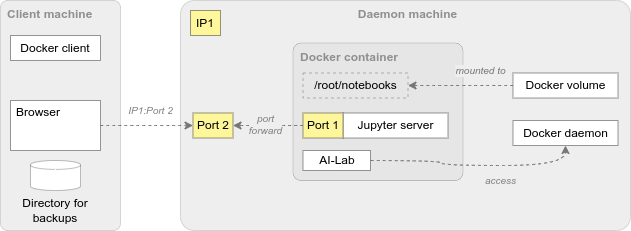
Above: doc/user_guide/docker/docker.png in exasol/ai-lab (draw.io), before the change. Source tidied: cells renumbered, new cells last; positions are measured from the earlier drawing's top-left corner, leaving out a move shared by most shapes.
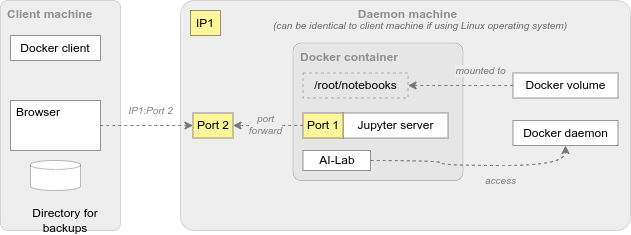
After the commit.

The edit, as a diff of the source:
```diff
@@ -58,11 +58,14 @@
     <mxCell id="19" style="shape=cylinder3;whiteSpace=wrap;html=1;boundedLbl=1;backgroundOutline=1;size=4.455402242726279;strokeWidth=0.25;strokeColor=default;align=left;verticalAlign=top;rounded=0;spacing=0;spacingTop=0;spacingLeft=6;" parent="1" vertex="1">
       <mxGeometry x="30" y="160" width="50" height="30" as="geometry" />
     </mxCell>
-    <mxCell id="20" value="Directory for &lt;br&gt;backups" style="text;html=1;strokeColor=none;fillColor=none;align=center;verticalAlign=middle;whiteSpace=wrap;rounded=0;" parent="1" vertex="1">
-      <mxGeometry x="14" y="200" width="82" height="20" as="geometry" />
+    <mxCell id="20" value="&lt;i&gt;&lt;font style=&quot;font-size: 10px;&quot;&gt;(can be identical to client machine if using Linux operating system)&lt;/font&gt;&lt;/i&gt;" style="text;html=1;strokeColor=none;fillColor=none;align=center;verticalAlign=middle;whiteSpace=wrap;rounded=0;fontColor=#696969;" parent="1" vertex="1">
+      <mxGeometry x="260" y="15" width="320" height="20" as="geometry" />
     </mxCell>
     <mxCell id="21" value="AI-Lab" style="rounded=0;whiteSpace=wrap;html=1;strokeWidth=0.25;" parent="1" vertex="1">
       <mxGeometry x="302.5" y="150" width="67.5" height="20" as="geometry" />
     </mxCell>
+    <mxCell id="22" value="Directory for &lt;br&gt;backups" style="text;html=1;strokeColor=none;fillColor=none;align=center;verticalAlign=middle;whiteSpace=wrap;rounded=0;" parent="1" vertex="1">
+      <mxGeometry x="24" y="210" width="82" height="20" as="geometry" />
+    </mxCell>
   </root>
 </mxGraphModel>
```
